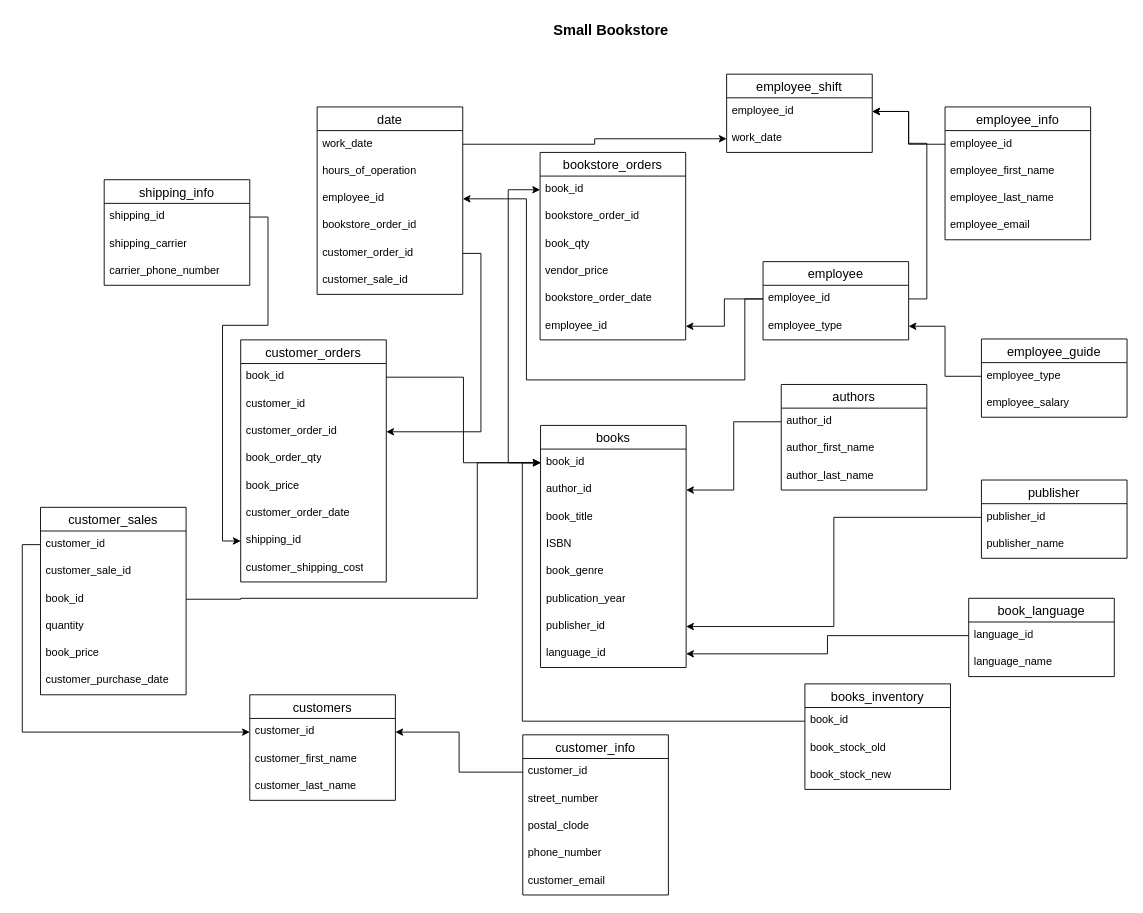
This is 02_activities/assignments/Bookstore.drawio from miyohtnk/sql, a draw.io file, before an edit. Source tidied: cells renumbered, new cells numbered last; positions are measured from the earlier drawing's top-left corner, leaving out a move shared by most shapes. Both pictures are drawn from the tidied source at 91%, with x=0, y=0 at pixel (40, 15).
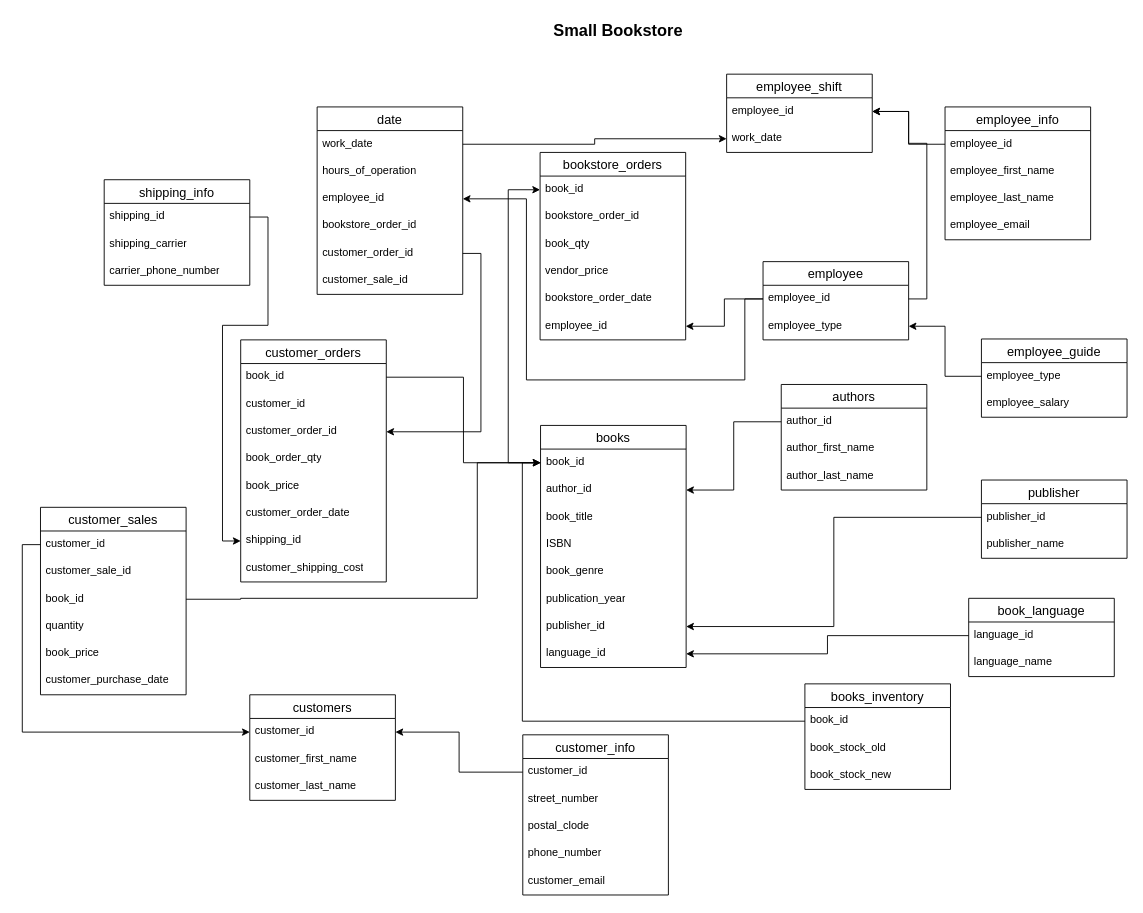
After the change.

Diff of the diagram source:
```diff
@@
-    <mxCell id="5" value="&lt;font style=&quot;font-size: 16px;&quot;&gt;&lt;b&gt;Small Bookstore&lt;/b&gt;&lt;/font&gt;" style="text;strokeColor=none;fillColor=none;spacingLeft=4;spacingRight=4;overflow=hidden;fontSize=12;whiteSpace=wrap;html=1;" parent="1" vertex="1">
+    <mxCell id="5" value="&lt;font style=&quot;font-size: 18px;&quot;&gt;&lt;b style=&quot;&quot;&gt;Small Bookstore&lt;/b&gt;&lt;/font&gt;" style="text;strokeColor=none;fillColor=none;spacingLeft=4;spacingRight=4;overflow=hidden;fontSize=12;whiteSpace=wrap;html=1;" parent="1" vertex="1">
       <mxGeometry x="558" width="162" height="30" as="geometry" />
     </mxCell>
```
